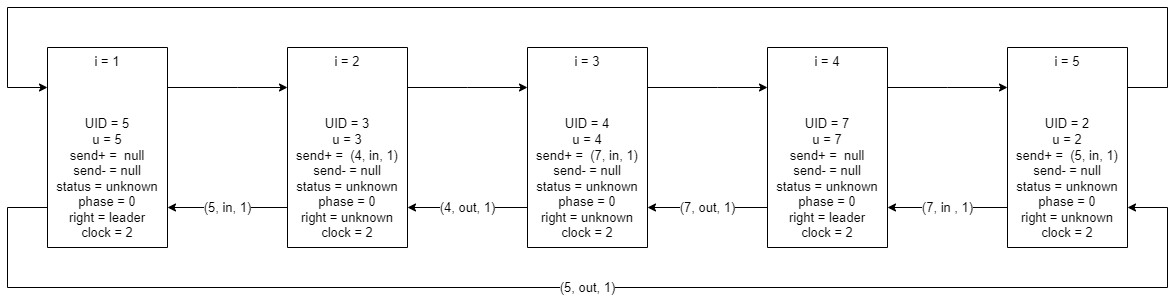
h1tlan/tods_first_exercise keeps this draw.io diagram as tods/02-tods.drawio.png. Above is the earlier version. Source tidied: cells renumbered, new cells last; positions are measured from the earlier drawing's top-left corner, leaving out a move shared by most shapes.
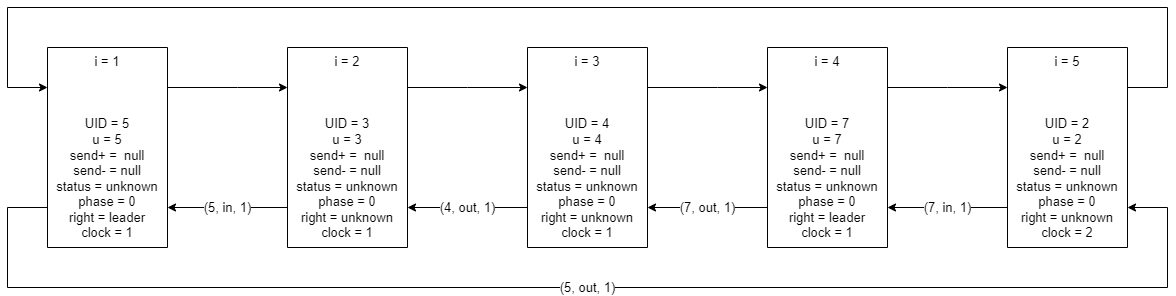
After the change.

Change to the diagram source:
```diff
@@ -20,7 +20,7 @@
         </Array>
       </mxGeometry>
     </mxCell>
-    <mxCell id="4" value="i = 1&lt;br&gt;&lt;br&gt;&lt;br&gt;&lt;br&gt;UID = 5&lt;br&gt;u = 5&lt;br&gt;send+ =&amp;nbsp; null&lt;br&gt;send- = null&lt;br&gt;status = unknown&lt;br&gt;phase = 0&lt;br&gt;right = leader&lt;br&gt;clock = 2" style="rounded=0;whiteSpace=wrap;html=1;fontSize=13;direction=south;" parent="1" vertex="1">
+    <mxCell id="4" value="i = 1&lt;br&gt;&lt;br&gt;&lt;br&gt;&lt;br&gt;UID = 5&lt;br&gt;u = 5&lt;br&gt;send+ =&amp;nbsp; null&lt;br&gt;send- = null&lt;br&gt;status = unknown&lt;br&gt;phase = 0&lt;br&gt;right = leader&lt;br&gt;clock = 1" style="rounded=0;whiteSpace=wrap;html=1;fontSize=13;direction=south;" parent="1" vertex="1">
       <mxGeometry x="40" y="40" width="120" height="200" as="geometry" />
     </mxCell>
     <mxCell id="5" value="(5, in, 1)" style="edgeStyle=orthogonalEdgeStyle;rounded=0;jettySize=auto;html=1;labelBorderColor=none;fontSize=13;" parent="1" edge="1" source="7" target="4">
@@ -39,7 +39,7 @@
         </Array>
       </mxGeometry>
     </mxCell>
-    <mxCell id="7" value="i = 2&lt;br&gt;&lt;br&gt;&lt;br&gt;&lt;br&gt;UID = 3&lt;br&gt;u = 3&lt;br&gt;send+ =&amp;nbsp; (4, in, 1)&lt;br&gt;send- = null&lt;br&gt;status = unknown&lt;br&gt;phase = 0&lt;br&gt;right = unknown&lt;br&gt;clock = 2" style="rounded=0;whiteSpace=wrap;html=1;fontSize=13;direction=south;" parent="1" vertex="1">
+    <mxCell id="7" value="i = 2&lt;br&gt;&lt;br&gt;&lt;br&gt;&lt;br&gt;UID = 3&lt;br&gt;u = 3&lt;br&gt;send+ =&amp;nbsp; null&lt;br&gt;send- = null&lt;br&gt;status = unknown&lt;br&gt;phase = 0&lt;br&gt;right = unknown&lt;br&gt;clock = 1" style="rounded=0;whiteSpace=wrap;html=1;fontSize=13;direction=south;" parent="1" vertex="1">
       <mxGeometry x="280" y="40" width="120" height="200" as="geometry" />
     </mxCell>
     <mxCell id="8" value="(4, out, 1)" style="edgeStyle=orthogonalEdgeStyle;rounded=0;jettySize=auto;html=1;labelBorderColor=none;fontSize=13;" parent="1" edge="1" source="10" target="7">
@@ -58,7 +58,7 @@
         </Array>
       </mxGeometry>
     </mxCell>
-    <mxCell id="10" value="i = 3&lt;br&gt;&lt;br&gt;&lt;br&gt;&lt;br&gt;UID = 4&lt;br&gt;u = 4&lt;br&gt;send+ =&amp;nbsp; (7, in, 1)&lt;br&gt;send- = null&lt;br&gt;status = unknown&lt;br&gt;phase = 0&lt;br&gt;right = unknown&lt;br&gt;clock = 2" style="rounded=0;whiteSpace=wrap;html=1;fontSize=13;direction=south;" parent="1" vertex="1">
+    <mxCell id="10" value="i = 3&lt;br&gt;&lt;br&gt;&lt;br&gt;&lt;br&gt;UID = 4&lt;br&gt;u = 4&lt;br&gt;send+ =&amp;nbsp; null&lt;br&gt;send- = null&lt;br&gt;status = unknown&lt;br&gt;phase = 0&lt;br&gt;right = unknown&lt;br&gt;clock = 1" style="rounded=0;whiteSpace=wrap;html=1;fontSize=13;direction=south;" parent="1" vertex="1">
       <mxGeometry x="520" y="40" width="120" height="200" as="geometry" />
     </mxCell>
     <mxCell id="11" value="(7, out, 1)" style="edgeStyle=orthogonalEdgeStyle;rounded=0;jettySize=auto;html=1;labelBorderColor=none;fontSize=13;" parent="1" edge="1" source="13" target="10">
@@ -77,10 +77,10 @@
         </Array>
       </mxGeometry>
     </mxCell>
-    <mxCell id="13" value="i = 4&lt;br&gt;&lt;br&gt;&lt;br&gt;&lt;br&gt;UID = 7&lt;br&gt;u = 7&lt;br&gt;send+ =&amp;nbsp; null&lt;br&gt;send- = null&lt;br&gt;status = unknown&lt;br&gt;phase = 0&lt;br&gt;right = leader&lt;br&gt;clock = 2" style="rounded=0;whiteSpace=wrap;html=1;fontSize=13;direction=south;" parent="1" vertex="1">
+    <mxCell id="13" value="i = 4&lt;br&gt;&lt;br&gt;&lt;br&gt;&lt;br&gt;UID = 7&lt;br&gt;u = 7&lt;br&gt;send+ =&amp;nbsp; null&lt;br&gt;send- = null&lt;br&gt;status = unknown&lt;br&gt;phase = 0&lt;br&gt;right = leader&lt;br&gt;clock = 1" style="rounded=0;whiteSpace=wrap;html=1;fontSize=13;direction=south;" parent="1" vertex="1">
       <mxGeometry x="760" y="40" width="120" height="200" as="geometry" />
     </mxCell>
-    <mxCell id="14" value="(7, in , 1)" style="edgeStyle=orthogonalEdgeStyle;rounded=0;jettySize=auto;html=1;labelBorderColor=none;fontSize=13;" parent="1" edge="1" source="16" target="13">
+    <mxCell id="14" value="(7, in, 1)" style="edgeStyle=orthogonalEdgeStyle;rounded=0;jettySize=auto;html=1;labelBorderColor=none;fontSize=13;" parent="1" edge="1" source="16" target="13">
       <mxGeometry relative="1" as="geometry">
         <Array as="points">
           <mxPoint x="950" y="200" />
@@ -98,7 +98,7 @@
         </Array>
       </mxGeometry>
     </mxCell>
-    <mxCell id="16" value="i = 5&lt;br&gt;&lt;br&gt;&lt;br&gt;&lt;br&gt;UID = 2&lt;br&gt;u = 2&lt;br&gt;send+ =&amp;nbsp; (5, in, 1)&lt;br&gt;send- = null&lt;br&gt;status = unknown&lt;br&gt;phase = 0&lt;br&gt;right = unknown&lt;br&gt;clock = 2" style="rounded=0;whiteSpace=wrap;html=1;fontSize=13;direction=south;" parent="1" vertex="1">
+    <mxCell id="16" value="i = 5&lt;br&gt;&lt;br&gt;&lt;br&gt;&lt;br&gt;UID = 2&lt;br&gt;u = 2&lt;br&gt;send+ =&amp;nbsp; null&lt;br&gt;send- = null&lt;br&gt;status = unknown&lt;br&gt;phase = 0&lt;br&gt;right = unknown&lt;br&gt;clock = 2" style="rounded=0;whiteSpace=wrap;html=1;fontSize=13;direction=south;" parent="1" vertex="1">
       <mxGeometry x="1000" y="40" width="120" height="200" as="geometry" />
     </mxCell>
   </root>
```
